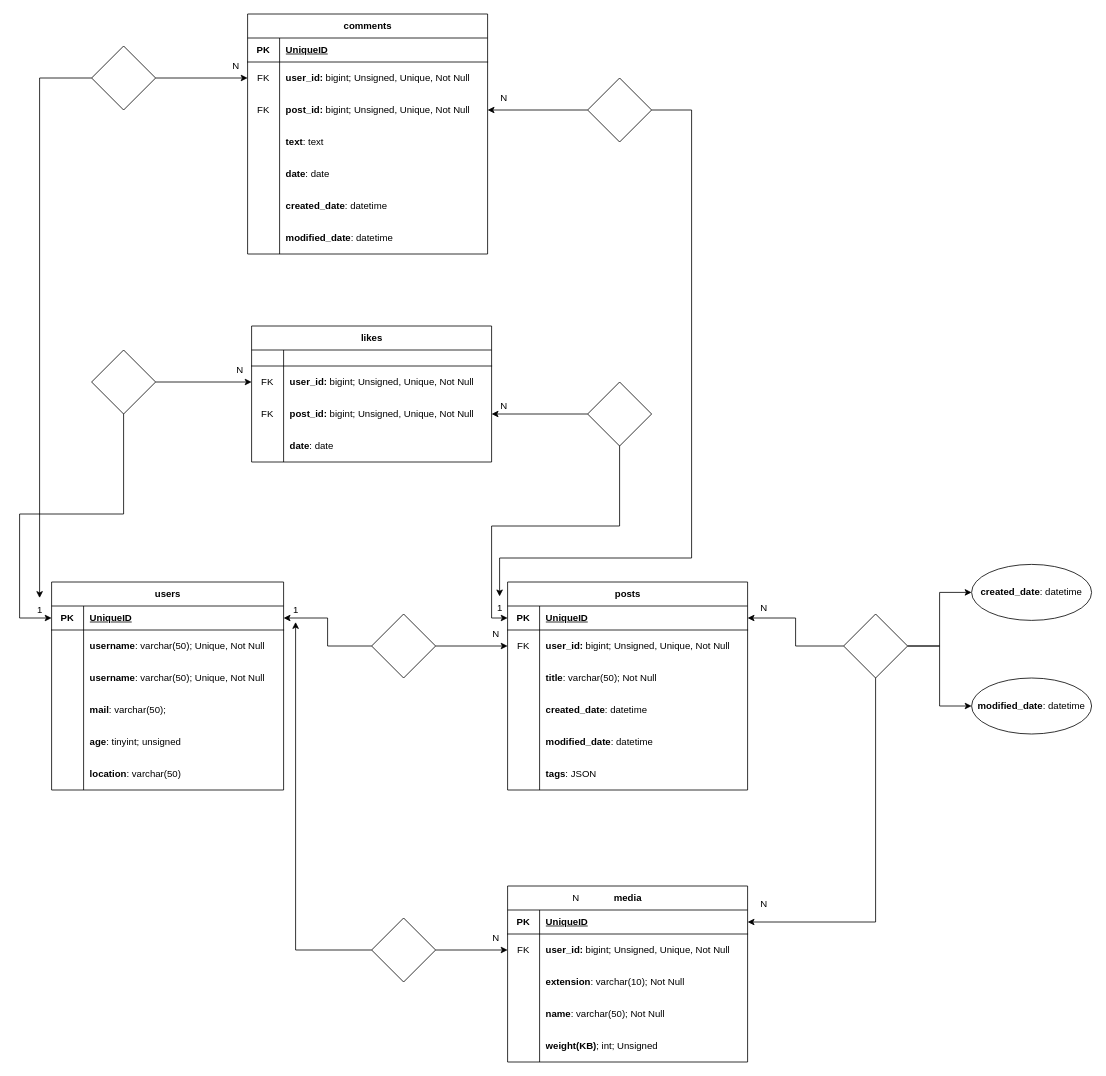
Earlier version of the draw.io diagram social-platform.drawio (giogiosgr/social-platform). Source tidied: cells renumbered, new cells numbered last; positions are measured from the earlier drawing's top-left corner, leaving out a move shared by most shapes. Both pictures are drawn from the tidied source at 80%, with x=0, y=0 at pixel (19, 14).
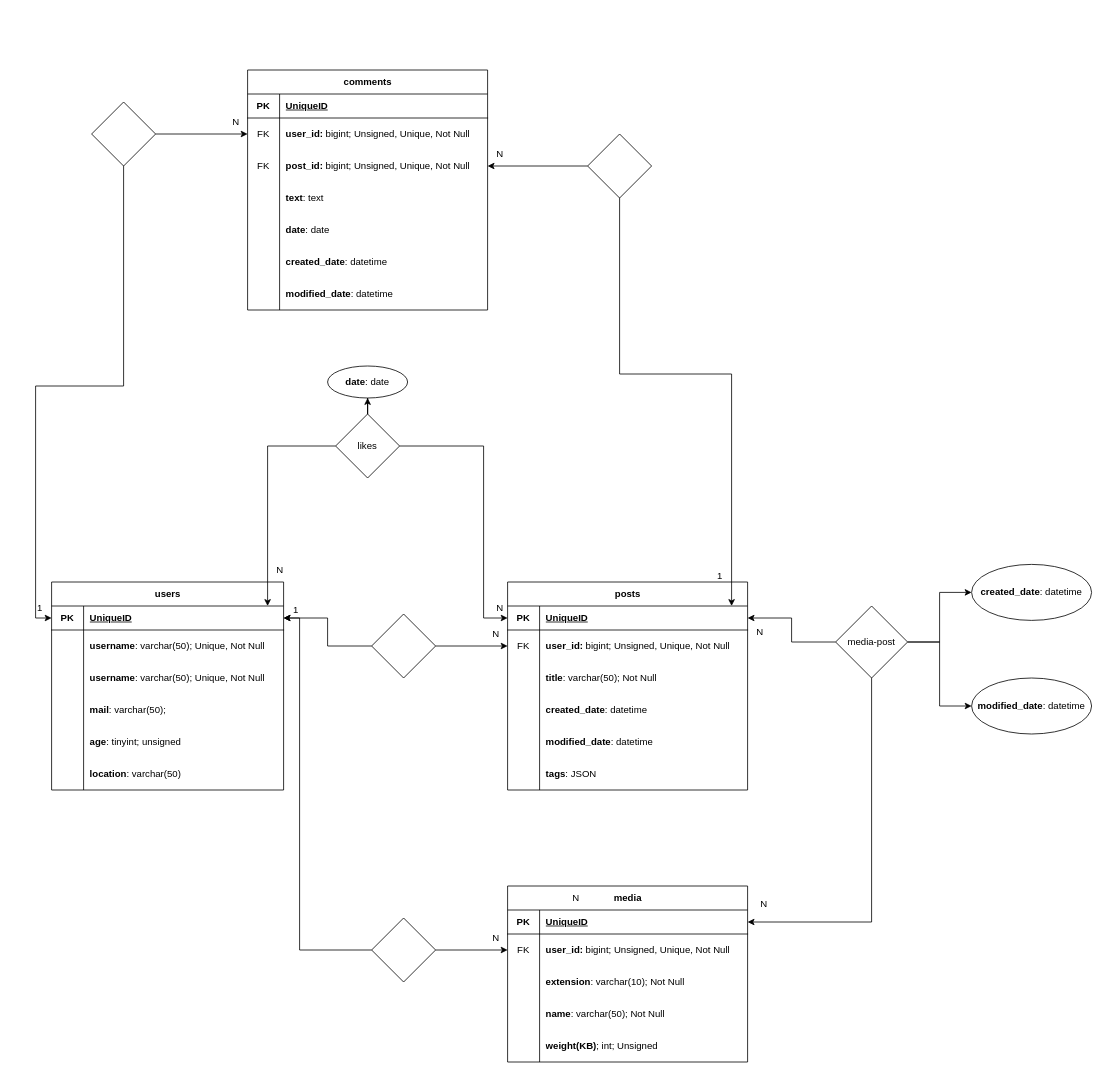
Above is the later version.

Unchanged cells that the change refers to:
```xml
<mxCell id="3" style="shape=tableRow;horizontal=0;startSize=0;swimlaneHead=0;swimlaneBody=0;fillColor=none;points=[[0,0.5],[1,0.5]];portConstraint=eastwest;top=0;left=0;right=0;bottom=1;" parent="2" vertex="1">
  <mxGeometry y="30" width="290" height="30" as="geometry" />
</mxCell>
<mxCell id="22" style="shape=tableRow;horizontal=0;startSize=0;swimlaneHead=0;swimlaneBody=0;fillColor=none;points=[[0,0.5],[1,0.5]];portConstraint=eastwest;top=0;left=0;right=0;bottom=1;" parent="21" vertex="1">
  <mxGeometry y="30" width="300" height="30" as="geometry" />
</mxCell>
<mxCell id="43" value="1" style="text;html=1;align=center;verticalAlign=middle;points=[];strokeColor=none;fillColor=none;" parent="1" vertex="1">
  <mxGeometry x="330" y="730" width="30" height="30" as="geometry" />
</mxCell>
<mxCell id="126" style="rhombus;whiteSpace=wrap;html=1;" parent="1" vertex="1">
  <mxGeometry x="440" y="1130" width="80" height="80" as="geometry" />
</mxCell>
```

What changed in the source:
```diff
@@
-    <mxCell id="65" style="rhombus;whiteSpace=wrap;html=1;" parent="1" vertex="1">
-      <mxGeometry x="1030" y="750" width="80" height="80" as="geometry" />
+    <mxCell id="65" value="media-post" style="rhombus;whiteSpace=wrap;html=1;" parent="1" vertex="1">
+      <mxGeometry x="1020" y="740" width="90" height="90" as="geometry" />
     </mxCell>
@@
-    <mxCell id="67" value="likes" style="shape=table;startSize=30;childLayout=tableLayout;rowLines=0;fontStyle=1;align=center;html=1;" parent="1" vertex="1">
-      <mxGeometry x="290" y="390" width="300" height="170" as="geometry" />
-    </mxCell>
-    <mxCell id="68" style="shape=tableRow;horizontal=0;startSize=0;swimlaneHead=0;swimlaneBody=0;fillColor=none;top=0;left=0;right=0;bottom=1;" parent="67" vertex="1">
-      <mxGeometry y="30" width="300" height="20" as="geometry" />
-    </mxCell>
-    <mxCell id="69" style="shape=partialRectangle;fillColor=none;top=0;left=0;bottom=0;right=0;fontStyle=1;overflow=hidden;whiteSpace=wrap;html=1;" parent="68" vertex="1">
-      <mxGeometry width="40" height="20" as="geometry" />
-    </mxCell>
-    <mxCell id="70" style="shape=partialRectangle;fillColor=none;top=0;left=0;bottom=0;right=0;align=left;spacingLeft=6;fontStyle=5;overflow=hidden;whiteSpace=wrap;html=1;" parent="68" vertex="1">
-      <mxGeometry x="40" width="260" height="20" as="geometry" />
-    </mxCell>
-    <mxCell id="71" style="shape=tableRow;horizontal=0;startSize=0;swimlaneHead=0;swimlaneBody=0;fillColor=none;points=[[0,0.5],[1,0.5]];portConstraint=eastwest;top=0;left=0;right=0;bottom=0;" parent="67" vertex="1">
-      <mxGeometry y="50" width="300" height="40" as="geometry" />
-    </mxCell>
-    <mxCell id="72" value="FK" style="shape=partialRectangle;fillColor=none;top=0;left=0;bottom=0;right=0;overflow=hidden;whiteSpace=wrap;html=1;" parent="71" vertex="1">
-      <mxGeometry width="40" height="40" as="geometry" />
-    </mxCell>
-    <mxCell id="73" value="&lt;b&gt;user_id: &lt;/b&gt;bigint; Unsigned, Unique, Not Null" style="shape=partialRectangle;fillColor=none;top=0;left=0;bottom=0;right=0;align=left;spacingLeft=6;overflow=hidden;whiteSpace=wrap;html=1;" parent="71" vertex="1">
-      <mxGeometry x="40" width="260" height="40" as="geometry" />
-    </mxCell>
-    <mxCell id="74" style="shape=tableRow;horizontal=0;startSize=0;swimlaneHead=0;swimlaneBody=0;fillColor=none;points=[[0,0.5],[1,0.5]];portConstraint=eastwest;top=0;left=0;right=0;bottom=0;" parent="67" vertex="1">
-      <mxGeometry y="90" width="300" height="40" as="geometry" />
-    </mxCell>
-    <mxCell id="75" value="FK" style="shape=partialRectangle;fillColor=none;top=0;left=0;bottom=0;right=0;overflow=hidden;whiteSpace=wrap;html=1;" parent="74" vertex="1">
-      <mxGeometry width="40" height="40" as="geometry" />
-    </mxCell>
-    <mxCell id="76" value="&lt;b&gt;post_id:&amp;nbsp;&lt;/b&gt;bigint; Unsigned, Unique, Not Null" style="shape=partialRectangle;fillColor=none;top=0;left=0;bottom=0;right=0;align=left;spacingLeft=6;overflow=hidden;whiteSpace=wrap;html=1;" parent="74" vertex="1">
-      <mxGeometry x="40" width="260" height="40" as="geometry" />
-    </mxCell>
-    <mxCell id="77" style="shape=tableRow;horizontal=0;startSize=0;swimlaneHead=0;swimlaneBody=0;fillColor=none;top=0;left=0;right=0;bottom=0;" parent="67" vertex="1">
-      <mxGeometry y="130" width="300" height="40" as="geometry" />
-    </mxCell>
-    <mxCell id="78" style="shape=partialRectangle;fillColor=none;top=0;left=0;bottom=0;right=0;overflow=hidden;whiteSpace=wrap;html=1;" parent="77" vertex="1">
-      <mxGeometry width="40" height="40" as="geometry" />
-    </mxCell>
-    <mxCell id="79" value="&lt;b&gt;date&lt;/b&gt;: date&amp;nbsp; &amp;nbsp;" style="shape=partialRectangle;fillColor=none;top=0;left=0;bottom=0;right=0;align=left;spacingLeft=6;overflow=hidden;whiteSpace=wrap;html=1;" parent="77" vertex="1">
-      <mxGeometry x="40" width="260" height="40" as="geometry" />
-    </mxCell>
-    <mxCell id="80" style="edgeStyle=orthogonalEdgeStyle;rounded=0;jettySize=auto;html=1;" parent="1" edge="1" source="82" target="3">
-      <mxGeometry relative="1" as="geometry">
-        <Array as="points">
-          <mxPoint x="130" y="625" />
-          <mxPoint y="625" />
-          <mxPoint y="755" />
-        </Array>
-      </mxGeometry>
-    </mxCell>
-    <mxCell id="81" style="edgeStyle=orthogonalEdgeStyle;rounded=0;jettySize=auto;html=1;entryX=0;entryY=0.5;entryDx=0;entryDy=0;" parent="1" edge="1" source="82" target="71">
-      <mxGeometry relative="1" as="geometry" />
-    </mxCell>
-    <mxCell id="82" style="rhombus;whiteSpace=wrap;html=1;" parent="1" vertex="1">
-      <mxGeometry x="90" y="420" width="80" height="80" as="geometry" />
-    </mxCell>
-    <mxCell id="83" value="1" style="text;html=1;align=center;verticalAlign=middle;points=[];strokeColor=none;fillColor=none;" parent="1" vertex="1">
-      <mxGeometry x="10" y="730" width="30" height="30" as="geometry" />
-    </mxCell>
-    <mxCell id="84" style="edgeStyle=orthogonalEdgeStyle;rounded=0;jettySize=auto;html=1;" parent="1" edge="1" source="86" target="74">
-      <mxGeometry relative="1" as="geometry" />
-    </mxCell>
-    <mxCell id="85" style="edgeStyle=orthogonalEdgeStyle;rounded=0;jettySize=auto;html=1;entryX=0;entryY=0.5;entryDx=0;entryDy=0;" parent="1" edge="1" source="86" target="22">
-      <mxGeometry relative="1" as="geometry" />
-    </mxCell>
-    <mxCell id="86" style="rhombus;whiteSpace=wrap;html=1;" parent="1" vertex="1">
-      <mxGeometry x="710" y="460" width="80" height="80" as="geometry" />
-    </mxCell>
-    <mxCell id="87" value="N" style="text;html=1;align=center;verticalAlign=middle;strokeColor=none;fillColor=none;" parent="1" vertex="1">
-      <mxGeometry x="260" y="430" width="30" height="30" as="geometry" />
-    </mxCell>
-    <mxCell id="88" value="N" style="text;html=1;align=center;verticalAlign=middle;strokeColor=none;fillColor=none;" parent="1" vertex="1">
-      <mxGeometry x="590" y="475" width="30" height="30" as="geometry" />
-    </mxCell>
     <mxCell id="89" value="comments" style="shape=table;startSize=30;childLayout=tableLayout;rowLines=0;fontStyle=1;align=center;html=1;" parent="1" vertex="1">
-      <mxGeometry x="285" width="300" height="300" as="geometry" />
+      <mxGeometry x="285" y="70" width="300" height="300" as="geometry" />
     </mxCell>
@@
-    <mxCell id="111" style="edgeStyle=orthogonalEdgeStyle;rounded=0;jettySize=auto;html=1;" parent="1" edge="1" source="113" target="83">
-      <mxGeometry relative="1" as="geometry" />
-    </mxCell>
@@
+    <mxCell id="128" style="edgeStyle=orthogonalEdgeStyle;rounded=0;jettySize=auto;html=1;" parent="1" edge="1" source="113" target="3">
+      <mxGeometry relative="1" as="geometry" />
+    </mxCell>
     <mxCell id="113" style="rhombus;whiteSpace=wrap;html=1;" parent="1" vertex="1">
-      <mxGeometry x="90" y="40" width="80" height="80" as="geometry" />
+      <mxGeometry x="90" y="110" width="80" height="80" as="geometry" />
     </mxCell>
@@
-    <mxCell id="115" style="edgeStyle=orthogonalEdgeStyle;rounded=0;jettySize=auto;html=1;" parent="1" edge="1" source="116" target="120">
-      <mxGeometry relative="1" as="geometry">
-        <Array as="points">
-          <mxPoint x="840" y="120" />
-          <mxPoint x="840" y="680" />
-          <mxPoint x="600" y="680" />
-        </Array>
-      </mxGeometry>
-    </mxCell>
+    <mxCell id="129" style="edgeStyle=orthogonalEdgeStyle;rounded=0;jettySize=auto;html=1;" parent="1" edge="1" source="116" target="22">
+      <mxGeometry relative="1" as="geometry">
+        <Array as="points">
+          <mxPoint x="750" y="450" />
+          <mxPoint x="890" y="450" />
+        </Array>
+      </mxGeometry>
+    </mxCell>
     <mxCell id="116" style="rhombus;whiteSpace=wrap;html=1;" parent="1" vertex="1">
-      <mxGeometry x="710" y="80" width="80" height="80" as="geometry" />
+      <mxGeometry x="710" y="150" width="80" height="80" as="geometry" />
     </mxCell>
     <mxCell id="117" value="N" style="text;html=1;align=center;verticalAlign=middle;strokeColor=none;fillColor=none;" parent="1" vertex="1">
-      <mxGeometry x="255" y="50" width="30" height="30" as="geometry" />
+      <mxGeometry x="255" y="120" width="30" height="30" as="geometry" />
     </mxCell>
     <mxCell id="118" value="N" style="text;html=1;align=center;verticalAlign=middle;strokeColor=none;fillColor=none;" parent="1" vertex="1">
-      <mxGeometry x="590" y="90" width="30" height="30" as="geometry" />
+      <mxGeometry x="585" y="160" width="30" height="30" as="geometry" />
     </mxCell>
     <mxCell id="119" value="N" style="text;html=1;align=center;verticalAlign=middle;strokeColor=none;fillColor=none;" parent="1" vertex="1">
-      <mxGeometry x="915" y="728" width="30" height="30" as="geometry" />
+      <mxGeometry x="910" y="758" width="30" height="30" as="geometry" />
     </mxCell>
-    <mxCell id="120" value="1" style="text;html=1;align=center;verticalAlign=middle;points=[];strokeColor=none;fillColor=none;" parent="1" vertex="1">
+    <mxCell id="120" value="N" style="text;html=1;align=center;verticalAlign=middle;points=[];strokeColor=none;fillColor=none;" parent="1" vertex="1">
       <mxGeometry x="585" y="728" width="30" height="30" as="geometry" />
     </mxCell>
@@
-    <mxCell id="125" style="edgeStyle=orthogonalEdgeStyle;rounded=0;jettySize=auto;html=1;" parent="1" edge="1" source="126" target="43">
-      <mxGeometry relative="1" as="geometry" />
-    </mxCell>
+    <mxCell id="130" style="edgeStyle=orthogonalEdgeStyle;rounded=0;jettySize=auto;html=1;" parent="1" edge="1" source="126" target="3">
+      <mxGeometry relative="1" as="geometry">
+        <Array as="points">
+          <mxPoint x="350" y="1170" />
+          <mxPoint x="350" y="755" />
+        </Array>
+      </mxGeometry>
+    </mxCell>
@@
+    <mxCell id="131" style="edgeStyle=orthogonalEdgeStyle;rounded=0;jettySize=auto;html=1;" parent="1" edge="1" source="67" target="79">
+      <mxGeometry relative="1" as="geometry" />
+    </mxCell>
+    <mxCell id="132" style="edgeStyle=orthogonalEdgeStyle;rounded=0;jettySize=auto;html=1;" parent="1" edge="1" source="67" target="3">
+      <mxGeometry relative="1" as="geometry">
+        <Array as="points">
+          <mxPoint x="435" y="540" />
+          <mxPoint x="310" y="540" />
+        </Array>
+      </mxGeometry>
+    </mxCell>
+    <mxCell id="133" style="edgeStyle=orthogonalEdgeStyle;rounded=0;jettySize=auto;html=1;" parent="1" edge="1" source="67" target="22">
+      <mxGeometry relative="1" as="geometry">
+        <Array as="points">
+          <mxPoint x="435" y="540" />
+          <mxPoint x="580" y="540" />
+          <mxPoint x="580" y="755" />
+        </Array>
+      </mxGeometry>
+    </mxCell>
+    <mxCell id="67" value="likes" style="rhombus;whiteSpace=wrap;html=1;" parent="1" vertex="1">
+      <mxGeometry x="395" y="500" width="80" height="80" as="geometry" />
+    </mxCell>
+    <mxCell id="79" value="&lt;b&gt;date&lt;/b&gt;: date" style="ellipse;whiteSpace=wrap;html=1;align=center;" parent="1" vertex="1">
+      <mxGeometry x="385" y="440" width="100" height="40" as="geometry" />
+    </mxCell>
+    <mxCell id="134" value="1" style="text;html=1;align=center;verticalAlign=middle;strokeColor=none;fillColor=none;" parent="1" vertex="1">
+      <mxGeometry x="10" y="728" width="30" height="30" as="geometry" />
+    </mxCell>
+    <mxCell id="135" value="1" style="text;html=1;align=center;verticalAlign=middle;strokeColor=none;fillColor=none;" parent="1" vertex="1">
+      <mxGeometry x="860" y="688" width="30" height="30" as="geometry" />
+    </mxCell>
+    <mxCell id="136" value="N" style="text;html=1;align=center;verticalAlign=middle;strokeColor=none;fillColor=none;" parent="1" vertex="1">
+      <mxGeometry x="310" y="680" width="30" height="30" as="geometry" />
+    </mxCell>
```
